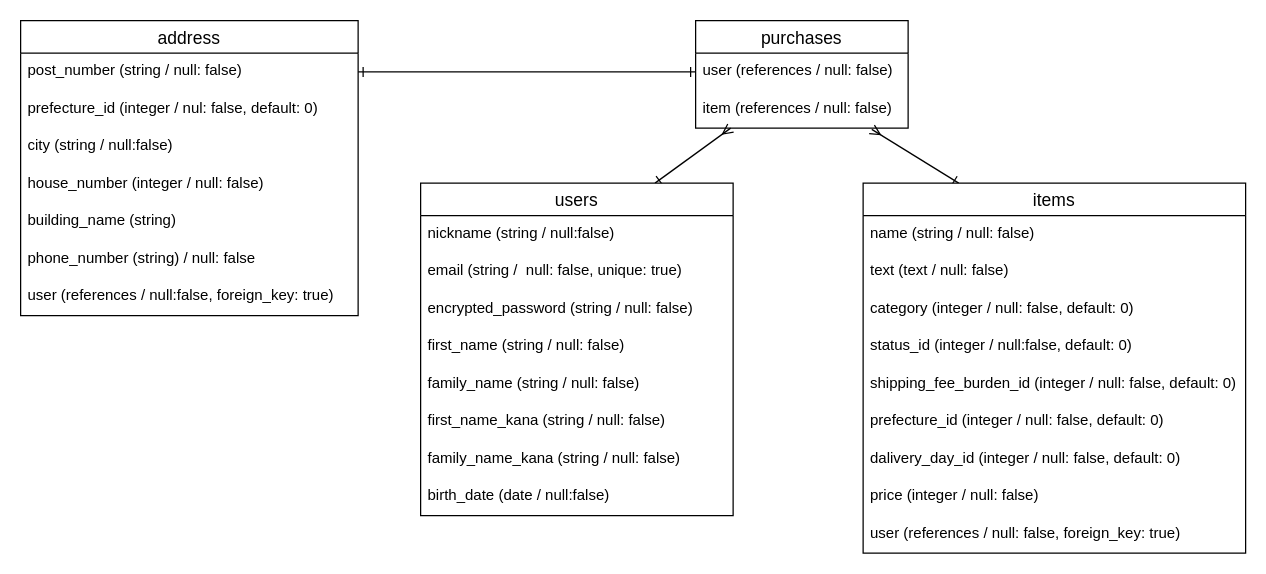
Earlier version of the draw.io diagram test.dio (kt100sec/furima-36348). Source tidied: cells renumbered, new cells numbered last; positions are measured from the earlier drawing's top-left corner, leaving out a move shared by most shapes. Both pictures are drawn from the tidied source at 125%, with x=0, y=0 at pixel (20, 20).
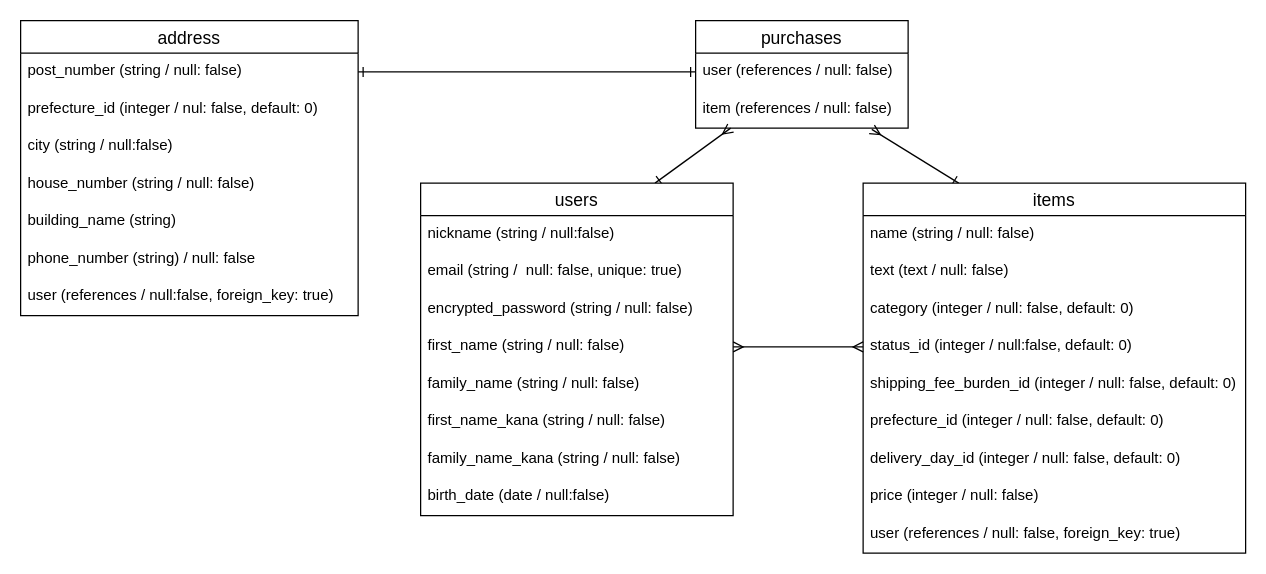
The same page after the edit.

Commit message (it also covers changes not shown here):
購入管理テーブルとのアソシエーションを追記

The change refers to these unchanged cells:
```xml
<mxCell id="7" value="first_name (string / null: false)" style="text;strokeColor=none;fillColor=none;spacingLeft=4;spacingRight=4;overflow=hidden;points=[[0,0.5],[1,0.5]];portConstraint=eastwest;fontSize=12;" parent="3" vertex="1">
  <mxGeometry y="116" width="250" height="30" as="geometry" />
</mxCell>
<mxCell id="13" value="items" style="swimlane;fontStyle=0;horizontal=1;startSize=26;align=center;fontSize=14;" parent="1" vertex="1">
  <mxGeometry x="674" y="130" width="306" height="296" as="geometry" />
</mxCell>
<mxCell id="17" value="status_id (integer / null:false, default: 0)" style="text;strokeColor=none;fillColor=none;spacingLeft=4;spacingRight=4;overflow=hidden;points=[[0,0.5],[1,0.5]];portConstraint=eastwest;fontSize=12;" parent="13" vertex="1">
  <mxGeometry y="116" width="306" height="30" as="geometry" />
</mxCell>
<mxCell id="23" value="address" style="swimlane;fontStyle=0;horizontal=1;startSize=26;align=center;fontSize=14;" parent="1" vertex="1">
  <mxGeometry width="270" height="236" as="geometry" />
</mxCell>
```

Diff of the diagram source:
```diff
@@
-    <mxCell id="20" value="dalivery_day_id (integer / null: false, default: 0)" style="text;strokeColor=none;fillColor=none;spacingLeft=4;spacingRight=4;overflow=hidden;fontSize=12;" parent="13" vertex="1">
+    <mxCell id="20" value="delivery_day_id (integer / null: false, default: 0)" style="text;strokeColor=none;fillColor=none;spacingLeft=4;spacingRight=4;overflow=hidden;fontSize=12;" parent="13" vertex="1">
       <mxGeometry y="206" width="306" height="30" as="geometry" />
     </mxCell>
@@
-    <mxCell id="27" value="house_number (integer / null: false)" style="text;strokeColor=none;fillColor=none;spacingLeft=4;spacingRight=4;overflow=hidden;fontSize=12;" parent="23" vertex="1">
+    <mxCell id="27" value="house_number (string / null: false)" style="text;strokeColor=none;fillColor=none;spacingLeft=4;spacingRight=4;overflow=hidden;fontSize=12;" parent="23" vertex="1">
       <mxGeometry y="116" width="270" height="30" as="geometry" />
     </mxCell>
@@
+    <mxCell id="35" style="edgeStyle=none;jumpSize=6;html=1;exitX=1;exitY=0.5;exitDx=0;exitDy=0;entryX=0;entryY=0.5;entryDx=0;entryDy=0;startArrow=ERmany;startFill=0;endArrow=ERmany;endFill=0;" parent="1" edge="1" source="7" target="17">
+      <mxGeometry relative="1" as="geometry" />
+    </mxCell>
```
